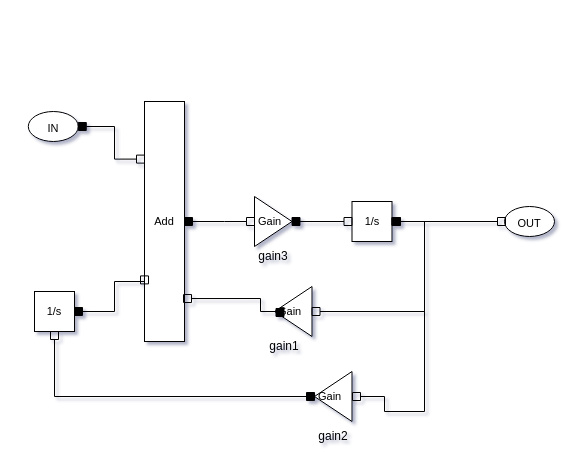
This is examples/RLC.drawio from JuliaMBD/JuliaMBD.jl, a draw.io file, before an edit. Source tidied: cells renumbered, new cells numbered last; positions are measured from the earlier drawing's top-left corner, leaving out a move shared by most shapes. Both pictures are drawn from the tidied source at 100%, with x=0, y=0 at pixel (28, 101).
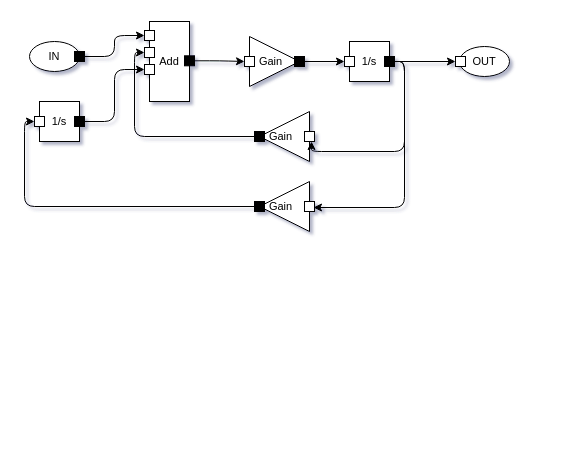
Above is the later version.

Change to the diagram source:
```diff
@@
-    <mxCell id="2" value="&lt;font style=&quot;font-size: 11px;&quot;&gt;IN&lt;/font&gt;" style="ellipse;whiteSpace=wrap;html=1;fontSize=18;points=[[1,0.5,0,0,0]];" parent="1" vertex="1">
-      <mxGeometry x="-0.2" y="10" width="50" height="30" as="geometry" />
+    <mxCell id="2" value="&lt;font style=&quot;font-size: 11px;&quot;&gt;IN&lt;/font&gt;" style="ellipse;whiteSpace=wrap;html=1;fontSize=18;points=[[1,0.5,0,0,0]];snapToPoint=0;spacingTop=-5;" parent="1" vertex="1">
+      <mxGeometry x="1" y="-60" width="50" height="30" as="geometry" />
     </mxCell>
+    <mxCell id="22" value="&lt;p style=&quot;line-height: 100%;&quot;&gt;&lt;br&gt;&lt;/p&gt;" style="whiteSpace=wrap;html=1;snapToPoint=1;points=[[1,0.5,0,0,0]];noLabel=0;overflow=visible;fillColor=#000000;" parent="2" vertex="1">
+      <mxGeometry x="45" y="10" width="10" height="10" as="geometry" />
+    </mxCell>
+    <mxCell id="9" value="Add" style="rounded=0;whiteSpace=wrap;html=1;fontSize=11;points=[[0,0.24,0,0,0],[0,0.76,0,0,0],[1,0.5,0,0,0]];snapToPoint=0;" parent="1" vertex="1">
+      <mxGeometry x="121" y="-80" width="40" height="80" as="geometry" />
+    </mxCell>
+    <mxCell id="23" value="&lt;p style=&quot;line-height: 100%;&quot;&gt;&lt;br&gt;&lt;/p&gt;" style="whiteSpace=wrap;html=1;snapToPoint=1;points=[[1,0.5,0,0,0]];noLabel=0;overflow=visible;fillColor=#000000;" parent="9" vertex="1">
+      <mxGeometry x="35" y="34.3" width="10" height="10" as="geometry" />
+    </mxCell>
+    <mxCell id="24" value="&lt;p style=&quot;line-height: 100%;&quot;&gt;&lt;br&gt;&lt;/p&gt;" style="whiteSpace=wrap;html=1;snapToPoint=1;points=[[0,0.5,0,0,0]];noLabel=0;overflow=visible;direction=east;" parent="9" vertex="1">
+      <mxGeometry x="-5" y="9" width="10" height="10" as="geometry" />
+    </mxCell>
+    <mxCell id="25" value="&lt;p style=&quot;line-height: 100%;&quot;&gt;&lt;br&gt;&lt;/p&gt;" style="whiteSpace=wrap;html=1;snapToPoint=1;points=[[0,0.5,0,0,0]];noLabel=0;overflow=visible;direction=east;" parent="9" vertex="1">
+      <mxGeometry x="-5" y="26" width="10" height="10" as="geometry" />
+    </mxCell>
+    <mxCell id="26" value="&lt;p style=&quot;line-height: 100%;&quot;&gt;&lt;br&gt;&lt;/p&gt;" style="whiteSpace=wrap;html=1;snapToPoint=1;points=[[0,0.5,0,0,0]];noLabel=0;overflow=visible;direction=east;" parent="9" vertex="1">
+      <mxGeometry x="-5" y="43" width="10" height="10" as="geometry" />
+    </mxCell>
+    <mxCell id="27" style="edgeStyle=orthogonalEdgeStyle;html=1;exitX=1;exitY=0.5;exitDx=0;exitDy=0;exitPerimeter=0;entryX=0;entryY=0.5;entryDx=0;entryDy=0;entryPerimeter=0;" parent="1" edge="1" source="22" target="24">
+      <mxGeometry relative="1" as="geometry" />
+    </mxCell>
+    <mxCell id="28" value="Gain" style="triangle;html=1;whiteSpace=wrap;fontSize=11;align=center;spacingLeft=-7;" parent="1" vertex="1">
+      <mxGeometry x="221" y="-65" width="50" height="50" as="geometry" />
+    </mxCell>
+    <mxCell id="29" value="&lt;p style=&quot;line-height: 100%;&quot;&gt;&lt;br&gt;&lt;/p&gt;" style="whiteSpace=wrap;html=1;snapToPoint=1;points=[[0,0.5,0,0,0]];noLabel=0;overflow=visible;direction=east;" parent="28" vertex="1">
+      <mxGeometry x="-5" y="20" width="10" height="10" as="geometry" />
+    </mxCell>
+    <mxCell id="30" value="&lt;p style=&quot;line-height: 100%;&quot;&gt;&lt;br&gt;&lt;/p&gt;" style="whiteSpace=wrap;html=1;snapToPoint=1;points=[[1,0.5,0,0,0]];noLabel=0;overflow=visible;fillColor=#000000;" parent="28" vertex="1">
+      <mxGeometry x="45" y="20" width="10" height="10" as="geometry" />
+    </mxCell>
+    <mxCell id="31" value="&lt;font style=&quot;font-size: 11px;&quot;&gt;1/s&lt;/font&gt;" style="whiteSpace=wrap;html=1;fontSize=11;" parent="1" vertex="1">
+      <mxGeometry x="321" y="-60" width="40" height="40" as="geometry" />
+    </mxCell>
+    <mxCell id="32" value="&lt;p style=&quot;line-height: 100%;&quot;&gt;&lt;br&gt;&lt;/p&gt;" style="whiteSpace=wrap;html=1;snapToPoint=1;points=[[1,0.5,0,0,0]];noLabel=0;overflow=visible;fillColor=#000000;" parent="31" vertex="1">
+      <mxGeometry x="35" y="15" width="10" height="10" as="geometry" />
+    </mxCell>
+    <mxCell id="33" value="&lt;p style=&quot;line-height: 100%;&quot;&gt;&lt;br&gt;&lt;/p&gt;" style="whiteSpace=wrap;html=1;snapToPoint=1;points=[[0,0.5,0,0,0]];noLabel=0;overflow=visible;direction=east;" parent="31" vertex="1">
+      <mxGeometry x="-5" y="15" width="10" height="10" as="geometry" />
+    </mxCell>
-    <mxCell id="3" value="&lt;font style=&quot;font-size: 11px;&quot;&gt;OUT&lt;/font&gt;" style="ellipse;whiteSpace=wrap;html=1;fontSize=18;points=[[0.02,0.5,0,0,0]];" parent="1" vertex="1">
-      <mxGeometry x="476" y="105" width="50" height="30" as="geometry" />
+    <mxCell id="3" value="&lt;font style=&quot;font-size: 11px;&quot;&gt;OUT&lt;/font&gt;" style="ellipse;whiteSpace=wrap;html=1;fontSize=18;points=[[0.02,0.5,0,0,0]];snapToPoint=0;spacingTop=-4;" parent="1" vertex="1">
+      <mxGeometry x="431" y="-55" width="50" height="30" as="geometry" />
     </mxCell>
-    <mxCell id="4" value="Gain" style="triangle;html=1;points=[[0,0.5,0,0,0],[1,0.5,0,0,0]];whiteSpace=wrap;fontSize=11;align=left;spacingLeft=2;flipH=1;snapToPoint=0;" parent="1" vertex="1">
-      <mxGeometry x="246" y="185" width="37.5" height="50" as="geometry" />
-    </mxCell>
-    <mxCell id="5" value="Gain" style="triangle;html=1;points=[[0,0.5,0,0,0],[1,0.5,0,0,0]];whiteSpace=wrap;fontSize=11;align=left;spacingLeft=2;flipH=1;" parent="1" vertex="1">
-      <mxGeometry x="286" y="270" width="37.5" height="50" as="geometry" />
-    </mxCell>
-    <mxCell id="6" value="Gain" style="triangle;html=1;points=[[0,0.5,0,0,0],[1,0.5,0,0,0]];whiteSpace=wrap;fontSize=11;align=left;spacingLeft=2;noLabel=0;snapToPoint=1;perimeter=trianglePerimeter;" parent="1" vertex="1">
-      <mxGeometry x="226" y="95" width="37.5" height="50" as="geometry" />
-    </mxCell>
-    <mxCell id="7" value="&lt;font style=&quot;font-size: 11px;&quot;&gt;1/s&lt;/font&gt;" style="whiteSpace=wrap;html=1;fontSize=11;points=[[0,0.5,0,0,0],[1,0.5,0,0,0]];snapToPoint=1;" parent="1" vertex="1">
-      <mxGeometry x="323.5" y="100" width="40" height="40" as="geometry" />
-    </mxCell>
-    <mxCell id="8" value="&lt;font style=&quot;font-size: 11px;&quot;&gt;1/s&lt;/font&gt;" style="whiteSpace=wrap;html=1;fontSize=11;points=[[0,0.5,0,0,0],[1,0.5,0,0,0]];" parent="1" vertex="1">
-      <mxGeometry x="6" y="190" width="40" height="40" as="geometry" />
-    </mxCell>
-    <mxCell id="9" value="Add" style="rounded=0;whiteSpace=wrap;html=1;fontSize=11;points=[[0,0.24,0,0,0],[0,0.76,0,0,0],[1,0.5,0,0,0]];" parent="1" vertex="1">
-      <mxGeometry x="116" width="40" height="240" as="geometry" />
-    </mxCell>
-    <mxCell id="10" style="endArrow=box;html=1;endFill=0;startArrow=box;startFill=1;strokeWidth=1;edgeStyle=orthogonalEdgeStyle;rounded=0;exitX=1;exitY=0.5;exitDx=0;exitDy=0;exitPerimeter=0;entryX=0;entryY=0.76;entryDx=0;entryDy=0;entryPerimeter=0;" parent="1" edge="1" source="8" target="9">
-      <mxGeometry relative="1" as="geometry">
-        <Array as="points">
-          <mxPoint x="86" y="210" />
-          <mxPoint x="86" y="180" />
-          <mxPoint x="116" y="180" />
-        </Array>
-      </mxGeometry>
-    </mxCell>
-    <mxCell id="11" style="endArrow=box;html=1;endFill=0;startArrow=box;startFill=1;strokeWidth=1;edgeStyle=orthogonalEdgeStyle;rounded=0;exitX=0.853;exitY=0.44;exitDx=0;exitDy=0;exitPerimeter=0;entryX=0.975;entryY=0.821;entryDx=0;entryDy=0;entryPerimeter=0;" parent="1" edge="1" source="4" target="9">
-      <mxGeometry relative="1" as="geometry">
-        <Array as="points">
-          <mxPoint x="252" y="210" />
-          <mxPoint x="232" y="210" />
-          <mxPoint x="232" y="197" />
-        </Array>
-      </mxGeometry>
-    </mxCell>
-    <mxCell id="12" style="endArrow=box;html=1;endFill=0;startArrow=box;startFill=1;strokeWidth=1;edgeStyle=orthogonalEdgeStyle;rounded=0;exitX=1;exitY=0.5;exitDx=0;exitDy=0;exitPerimeter=0;entryX=0;entryY=0.24;entryDx=0;entryDy=0;entryPerimeter=0;" parent="1" edge="1" source="2" target="9">
-      <mxGeometry relative="1" as="geometry">
-        <Array as="points">
-          <mxPoint x="86" y="25" />
-          <mxPoint x="86" y="58" />
-        </Array>
-      </mxGeometry>
-    </mxCell>
-    <mxCell id="13" style="endArrow=box;html=1;endFill=0;startArrow=box;startFill=1;strokeWidth=1;edgeStyle=orthogonalEdgeStyle;rounded=0;exitX=1;exitY=0.5;exitDx=0;exitDy=0;exitPerimeter=0;entryX=0;entryY=0.5;entryDx=0;entryDy=0;entryPerimeter=0;" parent="1" edge="1" source="9" target="6">
-      <mxGeometry relative="1" as="geometry">
-        <Array as="points">
-          <mxPoint x="196" y="120" />
-          <mxPoint x="196" y="120" />
-        </Array>
-      </mxGeometry>
-    </mxCell>
-    <mxCell id="14" style="endArrow=box;html=1;endFill=0;startArrow=box;startFill=1;strokeWidth=1;edgeStyle=orthogonalEdgeStyle;rounded=0;entryX=0;entryY=0.5;entryDx=0;entryDy=0;entryPerimeter=0;snapToPoint=1;exitX=1;exitY=0.5;exitDx=0;exitDy=0;exitPerimeter=0;" parent="1" edge="1" source="6" target="7">
-      <mxGeometry relative="1" as="geometry" />
-    </mxCell>
-    <mxCell id="15" style="endArrow=box;html=1;endFill=0;startArrow=box;startFill=1;strokeWidth=1;edgeStyle=orthogonalEdgeStyle;rounded=0;entryX=0.02;entryY=0.5;entryDx=0;entryDy=0;entryPerimeter=0;snapToPoint=1;" parent="1" edge="1" source="7" target="3">
-      <mxGeometry relative="1" as="geometry" />
-    </mxCell>
-    <mxCell id="16" style="endArrow=box;html=1;endFill=0;startArrow=box;startFill=1;strokeWidth=1;edgeStyle=orthogonalEdgeStyle;rounded=0;snapToPoint=1;exitX=1;exitY=0.5;exitDx=0;exitDy=0;exitPerimeter=0;" parent="1" edge="1" source="7" target="5">
-      <mxGeometry relative="1" as="geometry">
-        <Array as="points">
-          <mxPoint x="396" y="120" />
-          <mxPoint x="396" y="310" />
-          <mxPoint x="356" y="310" />
-          <mxPoint x="356" y="295" />
-        </Array>
-      </mxGeometry>
-    </mxCell>
-    <mxCell id="17" style="endArrow=box;html=1;endFill=0;startArrow=box;startFill=1;strokeWidth=1;edgeStyle=orthogonalEdgeStyle;rounded=0;entryX=0;entryY=0.5;entryDx=0;entryDy=0;entryPerimeter=0;snapToPoint=1;exitX=1;exitY=0.5;exitDx=0;exitDy=0;exitPerimeter=0;" parent="1" edge="1" source="7" target="4">
-      <mxGeometry relative="1" as="geometry">
-        <Array as="points">
-          <mxPoint x="396" y="120" />
-          <mxPoint x="396" y="210" />
-        </Array>
-      </mxGeometry>
-    </mxCell>
-    <mxCell id="18" style="endArrow=box;html=1;endFill=0;startArrow=box;startFill=1;strokeWidth=1;edgeStyle=orthogonalEdgeStyle;rounded=0;" parent="1" edge="1" source="5" target="8">
-      <mxGeometry relative="1" as="geometry">
-        <Array as="points">
-          <mxPoint x="26" y="295" />
-        </Array>
-      </mxGeometry>
-    </mxCell>
-    <mxCell id="19" value="gain2" style="text;strokeColor=none;align=center;fillColor=none;html=1;verticalAlign=middle;whiteSpace=wrap;rounded=0;" parent="1" vertex="1">
-      <mxGeometry x="274.8" y="320" width="60" height="30" as="geometry" />
-    </mxCell>
-    <mxCell id="20" value="gain1" style="text;strokeColor=none;align=center;fillColor=none;html=1;verticalAlign=middle;whiteSpace=wrap;rounded=0;" parent="1" vertex="1">
-      <mxGeometry x="226" y="230" width="60" height="30" as="geometry" />
-    </mxCell>
-    <mxCell id="21" value="gain3" style="text;strokeColor=none;align=center;fillColor=none;html=1;verticalAlign=middle;whiteSpace=wrap;rounded=0;" parent="1" vertex="1">
-      <mxGeometry x="214.8" y="140" width="60" height="30" as="geometry" />
-    </mxCell>
+    <mxCell id="34" value="&lt;p style=&quot;line-height: 100%;&quot;&gt;&lt;br&gt;&lt;/p&gt;" style="whiteSpace=wrap;html=1;snapToPoint=1;points=[[0,0.5,0,0,0]];noLabel=0;overflow=visible;direction=east;" parent="3" vertex="1">
+      <mxGeometry x="-4" y="10" width="10" height="10" as="geometry" />
+    </mxCell>
+    <mxCell id="35" style="edgeStyle=orthogonalEdgeStyle;html=1;exitX=1;exitY=0.5;exitDx=0;exitDy=0;exitPerimeter=0;entryX=0;entryY=0.5;entryDx=0;entryDy=0;entryPerimeter=0;" parent="1" edge="1" source="23" target="29">
+      <mxGeometry relative="1" as="geometry" />
+    </mxCell>
+    <mxCell id="36" style="edgeStyle=orthogonalEdgeStyle;html=1;exitX=1;exitY=0.5;exitDx=0;exitDy=0;exitPerimeter=0;entryX=0;entryY=0.5;entryDx=0;entryDy=0;entryPerimeter=0;" parent="1" edge="1" source="30" target="33">
+      <mxGeometry relative="1" as="geometry" />
+    </mxCell>
+    <mxCell id="37" style="edgeStyle=orthogonalEdgeStyle;html=1;exitX=1;exitY=0.5;exitDx=0;exitDy=0;exitPerimeter=0;entryX=0;entryY=0.5;entryDx=0;entryDy=0;entryPerimeter=0;" parent="1" edge="1" source="32" target="34">
+      <mxGeometry relative="1" as="geometry" />
+    </mxCell>
+    <mxCell id="38" value="Gain" style="triangle;html=1;whiteSpace=wrap;fontSize=11;align=center;spacingLeft=-7;flipH=1;" parent="1" vertex="1">
+      <mxGeometry x="231" y="10" width="50" height="50" as="geometry" />
+    </mxCell>
+    <mxCell id="39" value="&lt;p style=&quot;line-height: 100%;&quot;&gt;&lt;br&gt;&lt;/p&gt;" style="whiteSpace=wrap;html=1;snapToPoint=1;points=[[0,0.5,0,0,0]];noLabel=0;overflow=visible;direction=east;" parent="38" vertex="1">
+      <mxGeometry x="45" y="20" width="10" height="10" as="geometry" />
+    </mxCell>
+    <mxCell id="40" value="&lt;p style=&quot;line-height: 100%;&quot;&gt;&lt;br&gt;&lt;/p&gt;" style="whiteSpace=wrap;html=1;snapToPoint=1;points=[[0,0.5,0,0,0]];noLabel=0;overflow=visible;fillColor=#000000;" parent="38" vertex="1">
+      <mxGeometry x="-5" y="20" width="10" height="10" as="geometry" />
+    </mxCell>
+    <mxCell id="41" value="Gain" style="triangle;html=1;whiteSpace=wrap;fontSize=11;align=center;spacingLeft=-7;flipH=1;" parent="1" vertex="1">
+      <mxGeometry x="231" y="80" width="50" height="50" as="geometry" />
+    </mxCell>
+    <mxCell id="42" value="&lt;p style=&quot;line-height: 100%;&quot;&gt;&lt;br&gt;&lt;/p&gt;" style="whiteSpace=wrap;html=1;snapToPoint=1;points=[[0,0.5,0,0,0]];noLabel=0;overflow=visible;direction=east;" parent="41" vertex="1">
+      <mxGeometry x="45" y="20" width="10" height="10" as="geometry" />
+    </mxCell>
+    <mxCell id="43" value="&lt;p style=&quot;line-height: 100%;&quot;&gt;&lt;br&gt;&lt;/p&gt;" style="whiteSpace=wrap;html=1;snapToPoint=1;points=[[0,0.5,0,0,0]];noLabel=0;overflow=visible;fillColor=#000000;" parent="41" vertex="1">
+      <mxGeometry x="-5" y="20" width="10" height="10" as="geometry" />
+    </mxCell>
+    <mxCell id="44" style="edgeStyle=orthogonalEdgeStyle;html=1;exitX=1;exitY=0.5;exitDx=0;exitDy=0;exitPerimeter=0;entryX=0.7;entryY=1;entryDx=0;entryDy=0;entryPerimeter=0;" parent="1" edge="1" source="32" target="39">
+      <mxGeometry relative="1" as="geometry" />
+    </mxCell>
+    <mxCell id="45" style="edgeStyle=orthogonalEdgeStyle;html=1;exitX=1;exitY=0.5;exitDx=0;exitDy=0;exitPerimeter=0;entryX=0.9;entryY=0.6;entryDx=0;entryDy=0;entryPerimeter=0;" parent="1" edge="1" source="32" target="42">
+      <mxGeometry relative="1" as="geometry" />
+    </mxCell>
+    <mxCell id="46" style="edgeStyle=orthogonalEdgeStyle;html=1;entryX=0;entryY=0.5;entryDx=0;entryDy=0;entryPerimeter=0;exitX=0;exitY=0.5;exitDx=0;exitDy=0;exitPerimeter=0;" parent="1" edge="1" source="40" target="25">
+      <mxGeometry relative="1" as="geometry" />
+    </mxCell>
+    <mxCell id="47" style="edgeStyle=orthogonalEdgeStyle;html=1;exitX=0;exitY=0.5;exitDx=0;exitDy=0;exitPerimeter=0;entryX=0;entryY=0.5;entryDx=0;entryDy=0;entryPerimeter=0;" parent="1" edge="1" source="43" target="50">
+      <mxGeometry relative="1" as="geometry" />
+    </mxCell>
+    <mxCell id="48" value="&lt;font style=&quot;font-size: 11px;&quot;&gt;1/s&lt;/font&gt;" style="whiteSpace=wrap;html=1;fontSize=11;" parent="1" vertex="1">
+      <mxGeometry x="11" width="40" height="40" as="geometry" />
+    </mxCell>
+    <mxCell id="49" value="&lt;p style=&quot;line-height: 100%;&quot;&gt;&lt;br&gt;&lt;/p&gt;" style="whiteSpace=wrap;html=1;snapToPoint=1;points=[[1,0.5,0,0,0]];noLabel=0;overflow=visible;fillColor=#000000;" parent="48" vertex="1">
+      <mxGeometry x="35" y="15" width="10" height="10" as="geometry" />
+    </mxCell>
+    <mxCell id="50" value="&lt;p style=&quot;line-height: 100%;&quot;&gt;&lt;br&gt;&lt;/p&gt;" style="whiteSpace=wrap;html=1;snapToPoint=1;points=[[0,0.5,0,0,0]];noLabel=0;overflow=visible;direction=east;" parent="48" vertex="1">
+      <mxGeometry x="-5" y="15" width="10" height="10" as="geometry" />
+    </mxCell>
+    <mxCell id="51" style="edgeStyle=orthogonalEdgeStyle;html=1;exitX=1;exitY=0.5;exitDx=0;exitDy=0;exitPerimeter=0;entryX=0;entryY=0.5;entryDx=0;entryDy=0;entryPerimeter=0;" parent="1" edge="1" source="49" target="26">
+      <mxGeometry relative="1" as="geometry" />
+    </mxCell>
```
